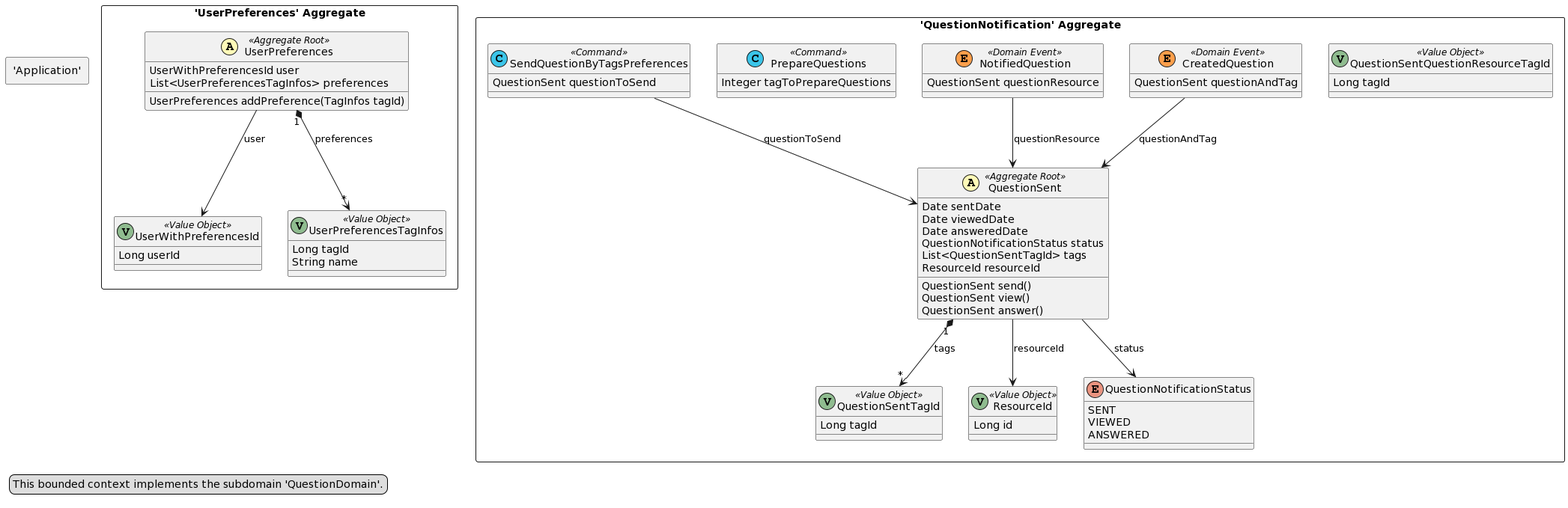
This is doc/dist/src-gen/gamedev_BC_SendQuestionContext.png from esgi-lyon/question-ddd, a PlantUML export, as it was before one commit. Its diagram source:
```plantuml
@startuml
skinparam componentStyle uml2

package "'UserPreferences' Aggregate" <<Rectangle>> {
	class UserPreferences <<(A,#fffab8) Aggregate Root>> {
		UserWithPreferencesId user
		List<UserPreferencesTagInfos> preferences
		UserPreferences addPreference(TagInfos tagId)
	}
	class UserWithPreferencesId <<(V,DarkSeaGreen) Value Object>> {
		Long userId
	}
	class UserPreferencesTagInfos <<(V,DarkSeaGreen) Value Object>> {
		Long tagId
		String name
	}
}
package "'QuestionNotification' Aggregate" <<Rectangle>> {
	class QuestionSent <<(A,#fffab8) Aggregate Root>> {
		Date sentDate
		Date viewedDate
		Date answeredDate
		QuestionNotificationStatus status
		List<QuestionSentTagId> tags
		ResourceId resourceId
		QuestionSent send()
		QuestionSent view()
		QuestionSent answer()
	}
	class QuestionSentTagId <<(V,DarkSeaGreen) Value Object>> {
		Long tagId
	}
	class QuestionSentQuestionResourceTagId <<(V,DarkSeaGreen) Value Object>> {
		Long tagId
	}
	class ResourceId <<(V,DarkSeaGreen) Value Object>> {
		Long id
	}
	enum QuestionNotificationStatus {
		SENT
		VIEWED
		ANSWERED
	}
	class CreatedQuestion <<(E,#ff9f4b) Domain Event>> {
		QuestionSent questionAndTag
	}
	class NotifiedQuestion <<(E,#ff9f4b) Domain Event>> {
		QuestionSent questionResource
	}
	class PrepareQuestions <<(C,#3bc5e9) Command>> {
		Integer tagToPrepareQuestions
	}
	class SendQuestionByTagsPreferences <<(C,#3bc5e9) Command>> {
		QuestionSent questionToSend
	}
}
package "'Application'" <<Rectangle>> {
	legend left
		This application layer contains flow definitions (visualization available via BPMN Sketch Miner).
	end legend
}
QuestionSent "1" *--> "*" QuestionSentTagId : tags
NotifiedQuestion --> QuestionSent : questionResource
UserPreferences "1" *--> "*" UserPreferencesTagInfos : preferences
QuestionSent --> ResourceId : resourceId
UserPreferences --> UserWithPreferencesId : user
CreatedQuestion --> QuestionSent : questionAndTag
QuestionSent --> QuestionNotificationStatus : status
SendQuestionByTagsPreferences --> QuestionSent : questionToSend
legend left
  This bounded context implements the subdomain 'QuestionDomain'.
end legend
@enduml
```
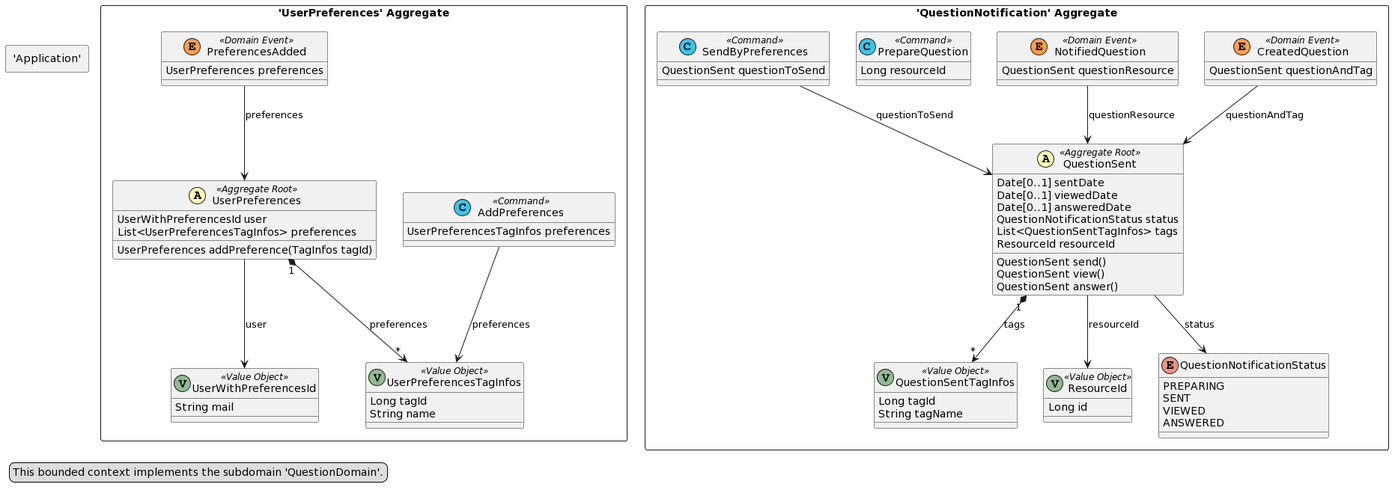
Above is the later version.

Diff of the diagram source:
```diff
@@ -8,35 +8,40 @@
 		UserPreferences addPreference(TagInfos tagId)
 	}
 	class UserWithPreferencesId <<(V,DarkSeaGreen) Value Object>> {
-		Long userId
+		String mail
 	}
 	class UserPreferencesTagInfos <<(V,DarkSeaGreen) Value Object>> {
 		Long tagId
 		String name
 	}
+	class AddPreferences <<(C,#3bc5e9) Command>> {
+		UserPreferencesTagInfos preferences
+	}
+	class PreferencesAdded <<(E,#ff9f4b) Domain Event>> {
+		UserPreferences preferences
+	}
 }
 package "'QuestionNotification' Aggregate" <<Rectangle>> {
 	class QuestionSent <<(A,#fffab8) Aggregate Root>> {
-		Date sentDate
-		Date viewedDate
-		Date answeredDate
+		Date[0..1] sentDate
+		Date[0..1] viewedDate
+		Date[0..1] answeredDate
 		QuestionNotificationStatus status
-		List<QuestionSentTagId> tags
+		List<QuestionSentTagInfos> tags
 		ResourceId resourceId
 		QuestionSent send()
 		QuestionSent view()
 		QuestionSent answer()
 	}
-	class QuestionSentTagId <<(V,DarkSeaGreen) Value Object>> {
+	class QuestionSentTagInfos <<(V,DarkSeaGreen) Value Object>> {
 		Long tagId
-	}
-	class QuestionSentQuestionResourceTagId <<(V,DarkSeaGreen) Value Object>> {
-		Long tagId
+		String tagName
 	}
 	class ResourceId <<(V,DarkSeaGreen) Value Object>> {
 		Long id
 	}
 	enum QuestionNotificationStatus {
+		PREPARING
 		SENT
 		VIEWED
 		ANSWERED
@@ -47,10 +52,10 @@
 	class NotifiedQuestion <<(E,#ff9f4b) Domain Event>> {
 		QuestionSent questionResource
 	}
-	class PrepareQuestions <<(C,#3bc5e9) Command>> {
-		Integer tagToPrepareQuestions
+	class PrepareQuestion <<(C,#3bc5e9) Command>> {
+		Long resourceId
 	}
-	class SendQuestionByTagsPreferences <<(C,#3bc5e9) Command>> {
+	class SendByPreferences <<(C,#3bc5e9) Command>> {
 		QuestionSent questionToSend
 	}
 }
@@ -59,14 +64,16 @@
 		This application layer contains flow definitions (visualization available via BPMN Sketch Miner).
 	end legend
 }
-QuestionSent "1" *--> "*" QuestionSentTagId : tags
 NotifiedQuestion --> QuestionSent : questionResource
 UserPreferences "1" *--> "*" UserPreferencesTagInfos : preferences
 QuestionSent --> ResourceId : resourceId
 UserPreferences --> UserWithPreferencesId : user
 CreatedQuestion --> QuestionSent : questionAndTag
+PreferencesAdded --> UserPreferences : preferences
+QuestionSent "1" *--> "*" QuestionSentTagInfos : tags
 QuestionSent --> QuestionNotificationStatus : status
-SendQuestionByTagsPreferences --> QuestionSent : questionToSend
+AddPreferences --> UserPreferencesTagInfos : preferences
+SendByPreferences --> QuestionSent : questionToSend
 legend left
   This bounded context implements the subdomain 'QuestionDomain'.
 end legend
```
